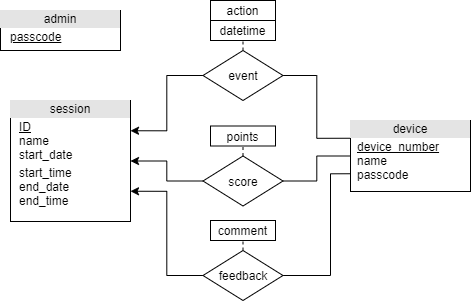
Earlier version of the draw.io export Entity Relationship Diagram.png (maiandrew23/LockBox). Source tidied: cells renumbered, new cells last; positions are measured from the earlier drawing's top-left corner, leaving out a move shared by most shapes. Source of this version:
```xml
<mxGraphModel>
  <root>
    <mxCell id="0" />
    <mxCell id="1" parent="0" />
    <mxCell id="2" value="&lt;div style=&quot;text-align: center ; box-sizing: border-box ; width: 100% ; background: rgb(228 , 228 , 228) ; padding: 2px&quot;&gt;session&lt;/div&gt;&lt;table style=&quot;width: 100% ; font-size: 1em&quot; cellpadding=&quot;2&quot; cellspacing=&quot;0&quot;&gt;&lt;tbody&gt;&lt;tr&gt;&lt;td&gt;&lt;br&gt;&lt;/td&gt;&lt;td&gt;&lt;u&gt;ID&lt;/u&gt;&lt;br&gt;name&lt;br&gt;start_date&lt;/td&gt;&lt;/tr&gt;&lt;tr&gt;&lt;td&gt;&lt;br&gt;&lt;/td&gt;&lt;td&gt;start_time&lt;br&gt;end_date&lt;br&gt;end_time&lt;br&gt;&lt;/td&gt;&lt;/tr&gt;&lt;tr&gt;&lt;td&gt;&lt;/td&gt;&lt;td&gt;&lt;br&gt;&lt;/td&gt;&lt;/tr&gt;&lt;/tbody&gt;&lt;/table&gt;" style="verticalAlign=top;align=left;overflow=fill;html=1;" parent="1" vertex="1">
      <mxGeometry x="10" y="100" width="120" height="121" as="geometry" />
    </mxCell>
    <mxCell id="3" style="edgeStyle=orthogonalEdgeStyle;rounded=0;jettySize=auto;html=1;exitX=0;exitY=0.25;exitDx=0;exitDy=0;entryX=1;entryY=0.5;entryDx=0;entryDy=0;endArrow=none;endFill=0;" parent="1" edge="1" source="4" target="8">
      <mxGeometry relative="1" as="geometry" />
    </mxCell>
    <mxCell id="4" value="&lt;div style=&quot;text-align: center ; box-sizing: border-box ; width: 100% ; background: rgb(228 , 228 , 228) ; padding: 2px&quot;&gt;device&lt;/div&gt;&lt;table style=&quot;width: 100% ; font-size: 1em&quot; cellpadding=&quot;2&quot; cellspacing=&quot;0&quot;&gt;&lt;tbody&gt;&lt;tr&gt;&lt;td&gt;&lt;br&gt;&lt;/td&gt;&lt;td&gt;&lt;u&gt;device_number&lt;br&gt;&lt;/u&gt;name&lt;br&gt;passcode&lt;/td&gt;&lt;/tr&gt;&lt;tr&gt;&lt;td&gt;&lt;br&gt;&lt;/td&gt;&lt;td&gt;&lt;br&gt;&lt;/td&gt;&lt;/tr&gt;&lt;tr&gt;&lt;td&gt;&lt;/td&gt;&lt;td&gt;&lt;br&gt;&lt;/td&gt;&lt;/tr&gt;&lt;/tbody&gt;&lt;/table&gt;" style="verticalAlign=top;align=left;overflow=fill;html=1;" parent="1" vertex="1">
      <mxGeometry x="350" y="120" width="120" height="71" as="geometry" />
    </mxCell>
    <mxCell id="5" value="&lt;div style=&quot;text-align: center ; box-sizing: border-box ; width: 100% ; background: rgb(228 , 228 , 228) ; padding: 2px&quot;&gt;admin&lt;/div&gt;&lt;table style=&quot;width: 100% ; font-size: 1em&quot; cellpadding=&quot;2&quot; cellspacing=&quot;0&quot;&gt;&lt;tbody&gt;&lt;tr&gt;&lt;td&gt;&lt;br&gt;&lt;/td&gt;&lt;td&gt;&lt;u&gt;passcode&lt;/u&gt;&lt;br&gt;&lt;/td&gt;&lt;/tr&gt;&lt;tr&gt;&lt;td&gt;&lt;br&gt;&lt;/td&gt;&lt;td&gt;&lt;br&gt;&lt;/td&gt;&lt;/tr&gt;&lt;tr&gt;&lt;td&gt;&lt;/td&gt;&lt;td&gt;&lt;br&gt;&lt;/td&gt;&lt;/tr&gt;&lt;/tbody&gt;&lt;/table&gt;" style="verticalAlign=top;align=left;overflow=fill;html=1;" parent="1" vertex="1">
      <mxGeometry y="10" width="120" height="40" as="geometry" />
    </mxCell>
    <mxCell id="6" style="edgeStyle=orthogonalEdgeStyle;rounded=0;jettySize=auto;html=1;exitX=0.5;exitY=0;exitDx=0;exitDy=0;entryX=0.5;entryY=1;entryDx=0;entryDy=0;dashed=1;endArrow=none;endFill=0;" parent="1" edge="1" source="8" target="10">
      <mxGeometry relative="1" as="geometry" />
    </mxCell>
    <mxCell id="7" style="edgeStyle=orthogonalEdgeStyle;rounded=0;jettySize=auto;html=1;exitX=0;exitY=0.5;exitDx=0;exitDy=0;entryX=1;entryY=0.25;entryDx=0;entryDy=0;endArrow=classic;endFill=1;" parent="1" edge="1" source="8" target="2">
      <mxGeometry relative="1" as="geometry" />
    </mxCell>
    <mxCell id="8" value="event" style="rhombus;whiteSpace=wrap;html=1;" parent="1" vertex="1">
      <mxGeometry x="202.5" y="50" width="80" height="50" as="geometry" />
    </mxCell>
    <mxCell id="9" value="action" style="whiteSpace=wrap;html=1;align=center;" parent="1" vertex="1">
      <mxGeometry x="210" width="65" height="20" as="geometry" />
    </mxCell>
    <mxCell id="10" value="datetime" style="whiteSpace=wrap;html=1;align=center;" parent="1" vertex="1">
      <mxGeometry x="210" y="20" width="65" height="20" as="geometry" />
    </mxCell>
    <mxCell id="11" style="edgeStyle=orthogonalEdgeStyle;rounded=0;jettySize=auto;html=1;exitX=0.5;exitY=0;exitDx=0;exitDy=0;entryX=0.5;entryY=1;entryDx=0;entryDy=0;dashed=1;endArrow=none;endFill=0;" parent="1" edge="1" source="14" target="15">
      <mxGeometry relative="1" as="geometry" />
    </mxCell>
    <mxCell id="12" style="edgeStyle=orthogonalEdgeStyle;rounded=0;jettySize=auto;html=1;endArrow=classic;endFill=1;" parent="1" edge="1" source="14" target="2">
      <mxGeometry relative="1" as="geometry" />
    </mxCell>
    <mxCell id="13" style="edgeStyle=orthogonalEdgeStyle;rounded=0;jettySize=auto;html=1;endArrow=none;endFill=0;" parent="1" edge="1" source="14" target="4">
      <mxGeometry relative="1" as="geometry" />
    </mxCell>
    <mxCell id="14" value="score" style="rhombus;whiteSpace=wrap;html=1;" parent="1" vertex="1">
      <mxGeometry x="202.5" y="155.5" width="80" height="50" as="geometry" />
    </mxCell>
    <mxCell id="15" value="points" style="whiteSpace=wrap;html=1;align=center;" parent="1" vertex="1">
      <mxGeometry x="210" y="125.5" width="65" height="20" as="geometry" />
    </mxCell>
    <mxCell id="16" style="edgeStyle=orthogonalEdgeStyle;rounded=0;jettySize=auto;html=1;exitX=0.5;exitY=0;exitDx=0;exitDy=0;entryX=0.5;entryY=1;entryDx=0;entryDy=0;dashed=1;endArrow=none;endFill=0;" parent="1" edge="1" source="19" target="20">
      <mxGeometry relative="1" as="geometry" />
    </mxCell>
    <mxCell id="17" style="edgeStyle=orthogonalEdgeStyle;rounded=0;jettySize=auto;html=1;exitX=1;exitY=0.5;exitDx=0;exitDy=0;entryX=0;entryY=0.75;entryDx=0;entryDy=0;endArrow=none;endFill=0;" parent="1" edge="1" source="19" target="4">
      <mxGeometry relative="1" as="geometry">
        <Array as="points">
          <mxPoint x="330" y="275" />
          <mxPoint x="330" y="173" />
        </Array>
      </mxGeometry>
    </mxCell>
    <mxCell id="18" style="edgeStyle=orthogonalEdgeStyle;rounded=0;jettySize=auto;html=1;exitX=0;exitY=0.5;exitDx=0;exitDy=0;entryX=1;entryY=0.75;entryDx=0;entryDy=0;endArrow=classic;endFill=1;" parent="1" edge="1" source="19" target="2">
      <mxGeometry relative="1" as="geometry" />
    </mxCell>
    <mxCell id="19" value="feedback" style="rhombus;whiteSpace=wrap;html=1;" parent="1" vertex="1">
      <mxGeometry x="202.5" y="250" width="80" height="50" as="geometry" />
    </mxCell>
    <mxCell id="20" value="comment" style="whiteSpace=wrap;html=1;align=center;" parent="1" vertex="1">
      <mxGeometry x="210" y="220" width="65" height="20" as="geometry" />
    </mxCell>
  </root>
</mxGraphModel>
```
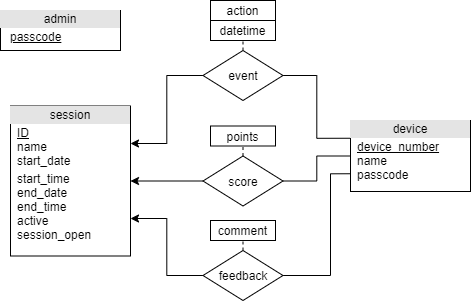
The same diagram one commit later.

Commit message:
Removed some print statements and updated the schema diagrams

Diff of the diagram source:
```diff
@@ -2,8 +2,8 @@
   <root>
     <mxCell id="0" />
     <mxCell id="1" parent="0" />
-    <mxCell id="2" value="&lt;div style=&quot;text-align: center ; box-sizing: border-box ; width: 100% ; background: rgb(228 , 228 , 228) ; padding: 2px&quot;&gt;session&lt;/div&gt;&lt;table style=&quot;width: 100% ; font-size: 1em&quot; cellpadding=&quot;2&quot; cellspacing=&quot;0&quot;&gt;&lt;tbody&gt;&lt;tr&gt;&lt;td&gt;&lt;br&gt;&lt;/td&gt;&lt;td&gt;&lt;u&gt;ID&lt;/u&gt;&lt;br&gt;name&lt;br&gt;start_date&lt;/td&gt;&lt;/tr&gt;&lt;tr&gt;&lt;td&gt;&lt;br&gt;&lt;/td&gt;&lt;td&gt;start_time&lt;br&gt;end_date&lt;br&gt;end_time&lt;br&gt;&lt;/td&gt;&lt;/tr&gt;&lt;tr&gt;&lt;td&gt;&lt;/td&gt;&lt;td&gt;&lt;br&gt;&lt;/td&gt;&lt;/tr&gt;&lt;/tbody&gt;&lt;/table&gt;" style="verticalAlign=top;align=left;overflow=fill;html=1;" parent="1" vertex="1">
-      <mxGeometry x="10" y="100" width="120" height="121" as="geometry" />
+    <mxCell id="2" value="&lt;div style=&quot;text-align: center ; box-sizing: border-box ; width: 100% ; background: rgb(228 , 228 , 228) ; padding: 2px&quot;&gt;session&lt;/div&gt;&lt;table style=&quot;width: 100% ; font-size: 1em&quot; cellpadding=&quot;2&quot; cellspacing=&quot;0&quot;&gt;&lt;tbody&gt;&lt;tr&gt;&lt;td&gt;&lt;br&gt;&lt;/td&gt;&lt;td&gt;&lt;u&gt;ID&lt;/u&gt;&lt;br&gt;name&lt;br&gt;start_date&lt;/td&gt;&lt;/tr&gt;&lt;tr&gt;&lt;td&gt;&lt;br&gt;&lt;/td&gt;&lt;td&gt;start_time&lt;br&gt;end_date&lt;br&gt;end_time&lt;br&gt;active&lt;br&gt;session_open&lt;/td&gt;&lt;/tr&gt;&lt;tr&gt;&lt;td&gt;&lt;/td&gt;&lt;td&gt;&lt;br&gt;&lt;/td&gt;&lt;/tr&gt;&lt;/tbody&gt;&lt;/table&gt;" style="verticalAlign=top;align=left;overflow=fill;html=1;" parent="1" vertex="1">
+      <mxGeometry x="10" y="105.5" width="120" height="150" as="geometry" />
     </mxCell>
     <mxCell id="3" style="edgeStyle=orthogonalEdgeStyle;rounded=0;jettySize=auto;html=1;exitX=0;exitY=0.25;exitDx=0;exitDy=0;entryX=1;entryY=0.5;entryDx=0;entryDy=0;endArrow=none;endFill=0;" parent="1" edge="1" source="4" target="8">
       <mxGeometry relative="1" as="geometry" />
```
